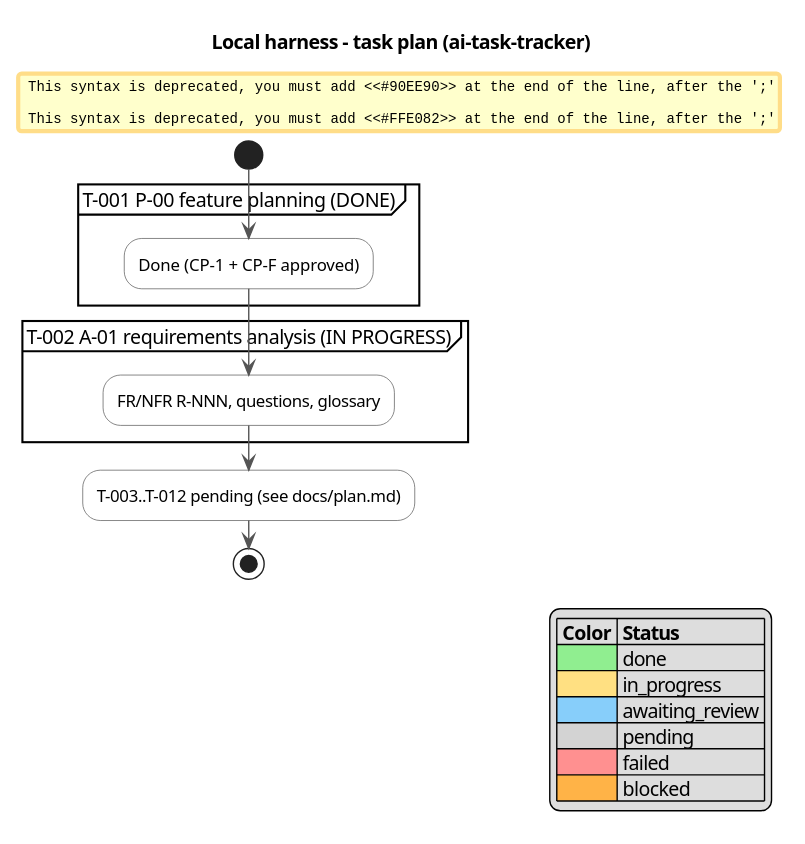
Earlier version of the PlantUML export docs/activity.svg (serge-sasov/ai-task-tracker).
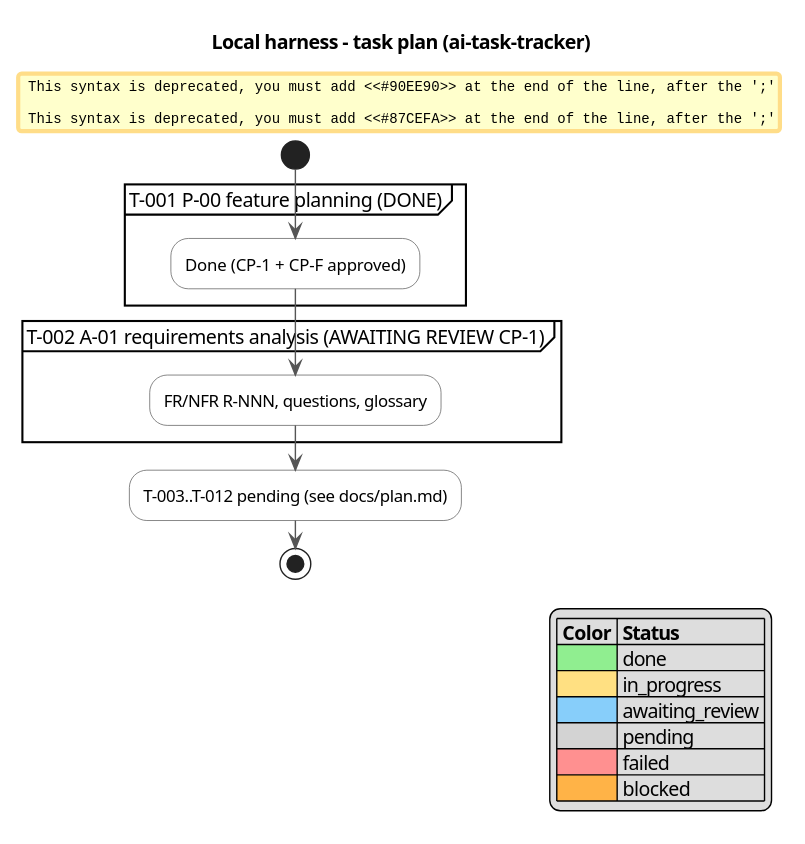
After the commit.

Commit message:
T-002: checkpoint CP-1 (requirements analysis)

The edit, as a diff of the source:
```diff
@@ -9,8 +9,8 @@
 partition "T-001 P-00 feature planning (DONE)" {
   #90EE90:Done (CP-1 + CP-F approved);
 }
-partition "T-002 A-01 requirements analysis (IN PROGRESS)" {
-  #FFE082:FR/NFR R-NNN, questions, glossary;
+partition "T-002 A-01 requirements analysis (AWAITING REVIEW CP-1)" {
+  #87CEFA:FR/NFR R-NNN, questions, glossary;
 }
 :T-003..T-012 pending (see docs/plan.md);
 stop
```
